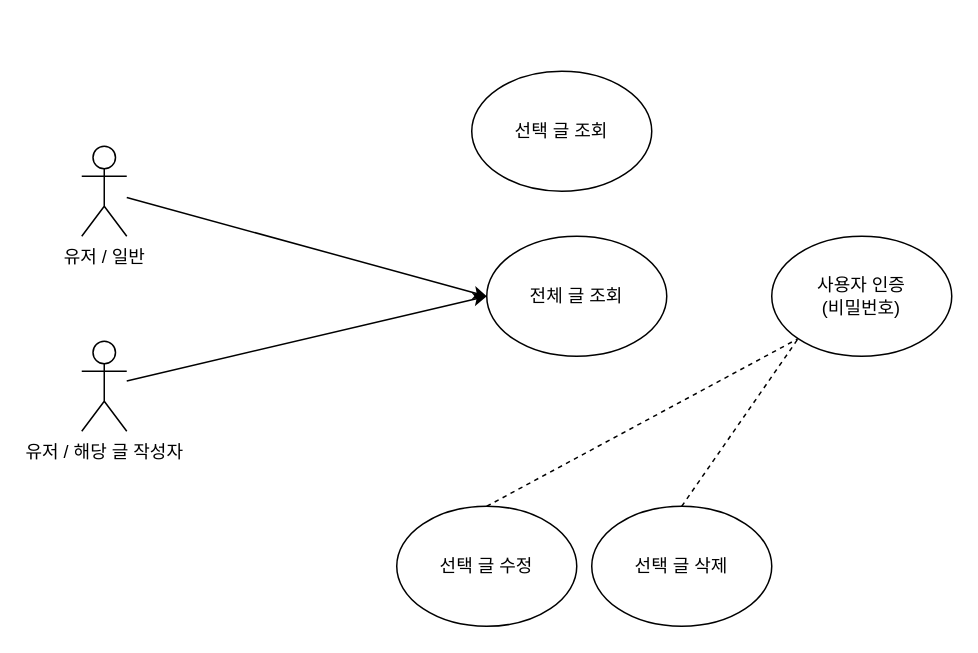
Above: Spring 입문 주차 개인과제.drawio in hyunjunhwang1994/Hanghae99 (draw.io), before the change. Source tidied: cells renumbered, new cells numbered last; positions are measured from the earlier drawing's top-left corner, leaving out a move shared by most shapes. Both pictures are drawn from the tidied source at 150%, with x=0, y=0 at pixel (81, 70).
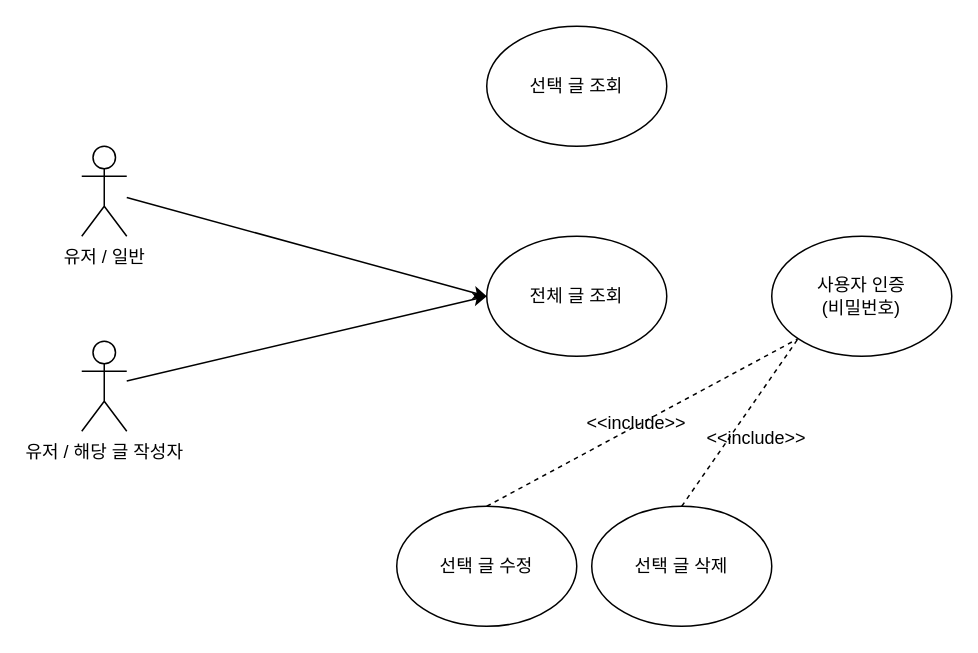
The same page after the edit.

Commit message (it also covers changes not shown here):
Spring 입문 주차 개인과제.drawio 업데이트

Diff of the diagram source:
```diff
@@
 <mxGraphModel>
   <root>
     <mxCell id="0" />
     <mxCell id="1" parent="0" />
     <mxCell id="2" value="전체 글 조회" style="ellipse;whiteSpace=wrap;html=1;" parent="1" vertex="1">
       <mxGeometry x="270" y="110" width="120" height="80" as="geometry" />
     </mxCell>
     <mxCell id="3" value="선택 글 수정" style="ellipse;whiteSpace=wrap;html=1;" parent="1" vertex="1">
       <mxGeometry x="210" y="290" width="120" height="80" as="geometry" />
     </mxCell>
     <mxCell id="4" value="선택 글 조회" style="ellipse;whiteSpace=wrap;html=1;" parent="1" vertex="1">
-      <mxGeometry x="260" width="120" height="80" as="geometry" />
+      <mxGeometry x="270" y="-30" width="120" height="80" as="geometry" />
     </mxCell>
     <mxCell id="5" value="사용자 인증&lt;br&gt;(비밀번호)" style="ellipse;whiteSpace=wrap;html=1;" parent="1" vertex="1">
       <mxGeometry x="460" y="110" width="120" height="80" as="geometry" />
     </mxCell>
     <mxCell id="6" value="선택 글 삭제" style="ellipse;whiteSpace=wrap;html=1;" parent="1" vertex="1">
       <mxGeometry x="340" y="290" width="120" height="80" as="geometry" />
     </mxCell>
     <mxCell id="7" value="유저 / 해당 글 작성자" style="shape=umlActor;verticalLabelPosition=bottom;verticalAlign=top;html=1;outlineConnect=0;" parent="1" vertex="1">
       <mxGeometry y="180" width="30" height="60" as="geometry" />
     </mxCell>
     <mxCell id="8" value="유저 / 일반" style="shape=umlActor;verticalLabelPosition=bottom;verticalAlign=top;html=1;outlineConnect=0;" parent="1" vertex="1">
       <mxGeometry y="50" width="30" height="60" as="geometry" />
     </mxCell>
     <mxCell id="9" style="endArrow=classic;html=1;rounded=0;entryX=0;entryY=0.5;entryDx=0;entryDy=0;" parent="1" edge="1" source="7" target="2">
       <mxGeometry relative="1" as="geometry" />
     </mxCell>
     <mxCell id="10" style="endArrow=classic;html=1;rounded=0;entryX=0;entryY=0.5;entryDx=0;entryDy=0;" parent="1" edge="1" source="8" target="2">
       <mxGeometry relative="1" as="geometry" />
     </mxCell>
     <mxCell id="11" style="endArrow=none;dashed=1;html=1;rounded=0;entryX=0;entryY=1;entryDx=0;entryDy=0;exitX=0.5;exitY=0;exitDx=0;exitDy=0;" parent="1" edge="1" source="6" target="5">
       <mxGeometry relative="1" as="geometry" />
     </mxCell>
     <mxCell id="12" style="endArrow=none;dashed=1;html=1;rounded=0;entryX=0;entryY=1;entryDx=0;entryDy=0;exitX=0.5;exitY=0;exitDx=0;exitDy=0;" parent="1" edge="1" source="3" target="5">
       <mxGeometry relative="1" as="geometry" />
     </mxCell>
+    <mxCell id="13" value="&amp;lt;&amp;lt;include&amp;gt;&amp;gt;" style="text;html=1;strokeColor=none;fillColor=none;align=center;verticalAlign=middle;whiteSpace=wrap;rounded=0;" parent="1" vertex="1">
+      <mxGeometry x="340" y="220" width="60" height="30" as="geometry" />
+    </mxCell>
+    <mxCell id="14" value="&amp;lt;&amp;lt;include&amp;gt;&amp;gt;" style="text;html=1;strokeColor=none;fillColor=none;align=center;verticalAlign=middle;whiteSpace=wrap;rounded=0;" parent="1" vertex="1">
+      <mxGeometry x="420" y="230" width="60" height="30" as="geometry" />
+    </mxCell>
   </root>
 </mxGraphModel>
```
